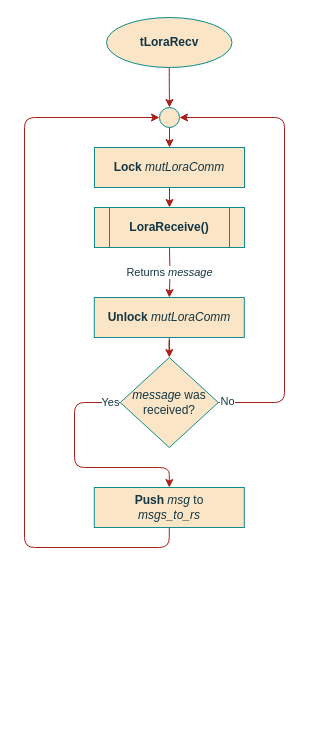
Above: page "tLoraRecv" (3 of 3) of project/report/flowcharts/LoraComms.drawio in ESRGgroup9/slipad (draw.io), before the change. Source tidied: cells renumbered, new cells numbered last; positions are measured from the earlier drawing's top-left corner, leaving out a move shared by most shapes. Both pictures are drawn from the tidied source at 100%, with x=0, y=0 at pixel (24, 17).
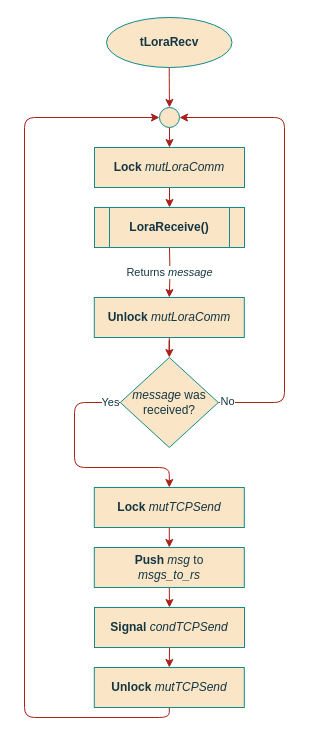
Above is the later version.

Unchanged cells that the change refers to:
```xml
<mxCell id="5" style="ellipse;whiteSpace=wrap;html=1;rounded=0;sketch=0;fontColor=#143642;strokeColor=#0F8B8D;fillColor=#FAE5C7;" parent="1" vertex="1">
  <mxGeometry x="135" y="90" width="20" height="20" as="geometry" />
</mxCell>
```

The edit, as a diff of the source:
```diff
@@
-    <mxCell id="9" style="edgeStyle=orthogonalEdgeStyle;rounded=1;sketch=0;jettySize=auto;html=1;exitX=0.5;exitY=1;exitDx=0;exitDy=0;entryX=0;entryY=0.5;entryDx=0;entryDy=0;fontColor=#143642;strokeColor=#A8201A;fillColor=#FAE5C7;" parent="1" edge="1" source="18" target="5">
+    <mxCell id="9" style="edgeStyle=orthogonalEdgeStyle;rounded=1;sketch=0;jettySize=auto;html=1;entryX=0;entryY=0.5;entryDx=0;entryDy=0;fontColor=#143642;strokeColor=#A8201A;fillColor=#FAE5C7;exitX=0.5;exitY=1;exitDx=0;exitDy=0;" parent="1" edge="1" source="24" target="5">
       <mxGeometry relative="1" as="geometry">
         <Array as="points">
-          <mxPoint x="145" y="530" />
-          <mxPoint y="530" />
+          <mxPoint x="145" y="700" />
+          <mxPoint y="700" />
           <mxPoint y="100" />
         </Array>
       </mxGeometry>
     </mxCell>
@@
+    <mxCell id="19" style="edgeStyle=orthogonalEdgeStyle;rounded=1;jettySize=auto;html=1;exitX=0.5;exitY=1;exitDx=0;exitDy=0;entryX=0.5;entryY=0;entryDx=0;entryDy=0;fontSize=11;strokeColor=#A8201A;" parent="1" edge="1" source="18" target="21">
+      <mxGeometry relative="1" as="geometry" />
+    </mxCell>
     <mxCell id="18" value="&lt;div&gt;&lt;b&gt;Push &lt;/b&gt;&lt;i&gt;msg &lt;/i&gt;to&lt;/div&gt;&lt;div&gt;&lt;i&gt;msgs_to_rs&lt;/i&gt;&lt;/div&gt;" style="rounded=0;whiteSpace=wrap;html=1;sketch=0;fontColor=#143642;strokeColor=#0F8B8D;fillColor=#FAE5C7;" parent="1" vertex="1">
-      <mxGeometry x="69.8" y="470" width="150" height="40" as="geometry" />
+      <mxGeometry x="69.8" y="530" width="150" height="40" as="geometry" />
     </mxCell>
+    <mxCell id="20" style="edgeStyle=orthogonalEdgeStyle;rounded=1;jettySize=auto;html=1;exitX=0.5;exitY=1;exitDx=0;exitDy=0;entryX=0.5;entryY=0;entryDx=0;entryDy=0;fontSize=11;strokeColor=#A8201A;" parent="1" edge="1" source="21" target="24">
+      <mxGeometry relative="1" as="geometry" />
+    </mxCell>
+    <mxCell id="21" value="&lt;b&gt;Signal&lt;/b&gt; &lt;i&gt;condTCPSend&lt;/i&gt;" style="rounded=0;whiteSpace=wrap;html=1;sketch=0;fontColor=#143642;strokeColor=#0F8B8D;fillColor=#FAE5C7;" parent="1" vertex="1">
+      <mxGeometry x="70" y="590" width="150" height="40" as="geometry" />
+    </mxCell>
+    <mxCell id="22" style="edgeStyle=orthogonalEdgeStyle;rounded=1;jettySize=auto;html=1;exitX=0.5;exitY=1;exitDx=0;exitDy=0;entryX=0.5;entryY=0;entryDx=0;entryDy=0;fontSize=11;strokeColor=#A8201A;" parent="1" edge="1" source="23" target="18">
+      <mxGeometry relative="1" as="geometry" />
+    </mxCell>
+    <mxCell id="23" value="&lt;b&gt;Lock &lt;/b&gt;&lt;i&gt;mutTCPSend&lt;/i&gt;&lt;br&gt;&lt;b&gt;&lt;/b&gt;" style="rounded=0;whiteSpace=wrap;html=1;sketch=0;fontColor=#143642;strokeColor=#0F8B8D;fillColor=#FAE5C7;" parent="1" vertex="1">
+      <mxGeometry x="69.8" y="470" width="150" height="40" as="geometry" />
+    </mxCell>
+    <mxCell id="24" value="&lt;b&gt;Unlock &lt;/b&gt;&lt;i&gt;mutTCPSend&lt;/i&gt;" style="rounded=0;whiteSpace=wrap;html=1;sketch=0;fontColor=#143642;strokeColor=#0F8B8D;fillColor=#FAE5C7;" parent="1" vertex="1">
+      <mxGeometry x="69.8" y="650" width="150" height="40" as="geometry" />
+    </mxCell>
```
